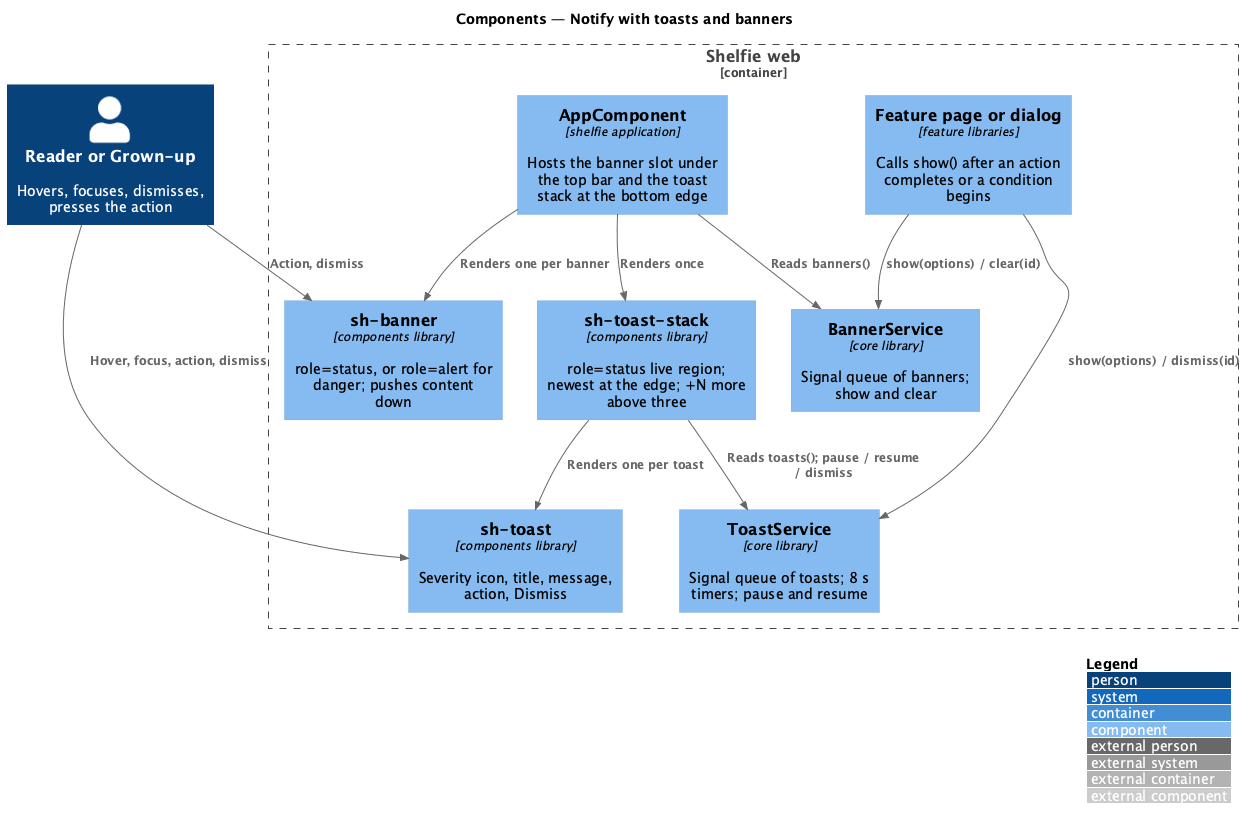
Above: docs/detailed-designs/shell/notify/diagrams/c4-component.png in QuinntyneBrown/shelfie (PlantUML), before the change.
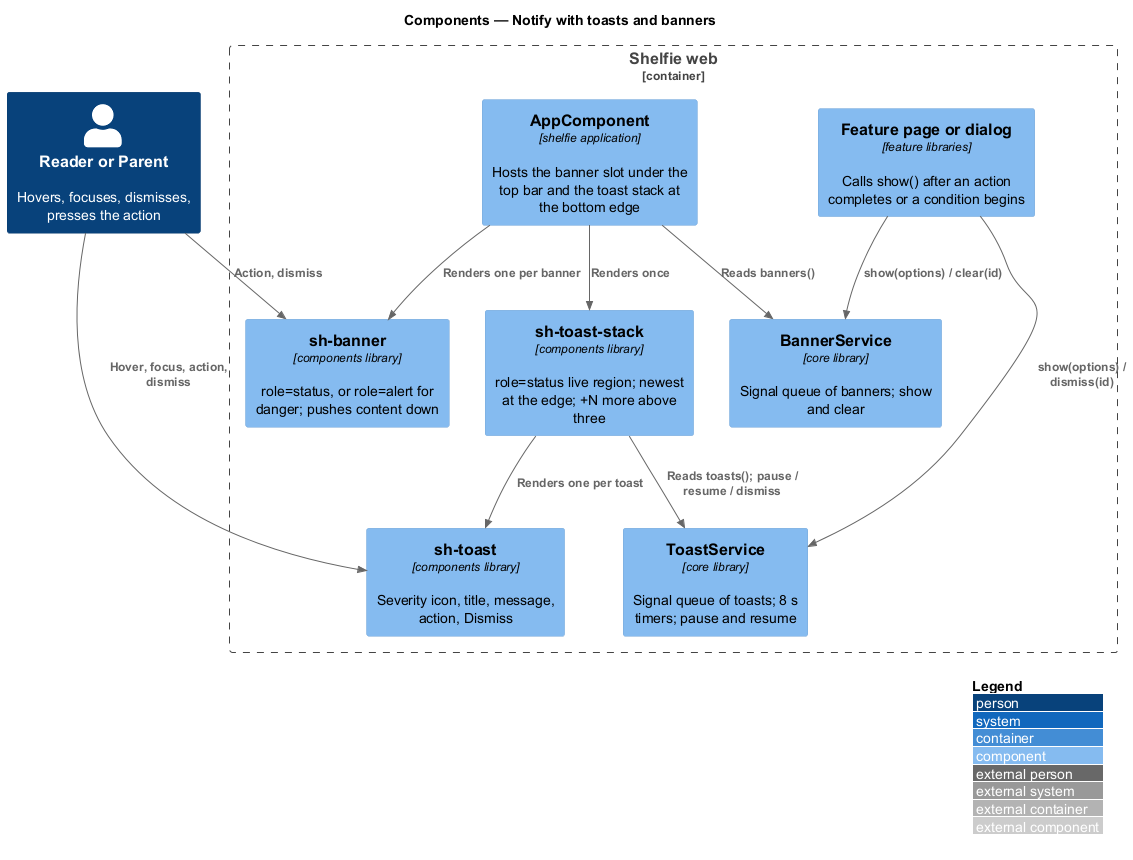
After the commit.

Change to the diagram source:
```diff
@@ -3,7 +3,7 @@
 LAYOUT_WITH_LEGEND()
 title Components — Notify with toasts and banners
 
-Person(user, "Reader or Grown-up", "Hovers, focuses, dismisses, presses the action")
+Person(user, "Reader or Parent", "Hovers, focuses, dismisses, presses the action")
 Container_Boundary(web, "Shelfie web") {
   Component(page, "Feature page or dialog", "feature libraries", "Calls show() after an action completes or a condition begins")
   Component(toastSvc, "ToastService", "core library", "Signal queue of toasts; 8 s timers; pause and resume")
```
